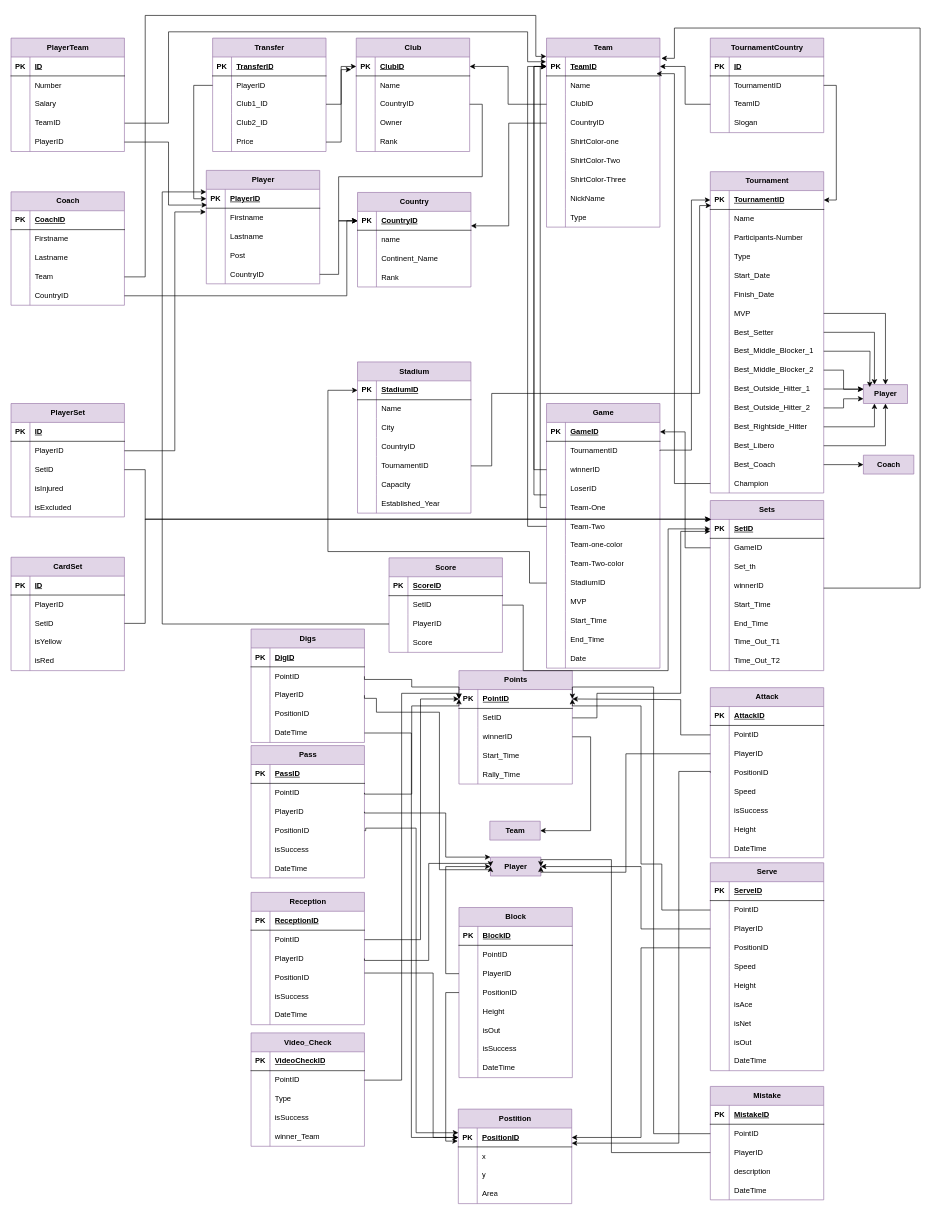
Matinrezaei/Software-Lab keeps this draw.io diagram as page "ER-Diagram" (1 of 2) of DB2_Project_Diagrams.drawio. Above is the earlier version. Source tidied: cells renumbered, new cells numbered last; positions are measured from the earlier drawing's top-left corner, leaving out a move shared by most shapes. Both pictures are drawn from the tidied source at 63%, with x=0, y=0 at pixel (11, 15).
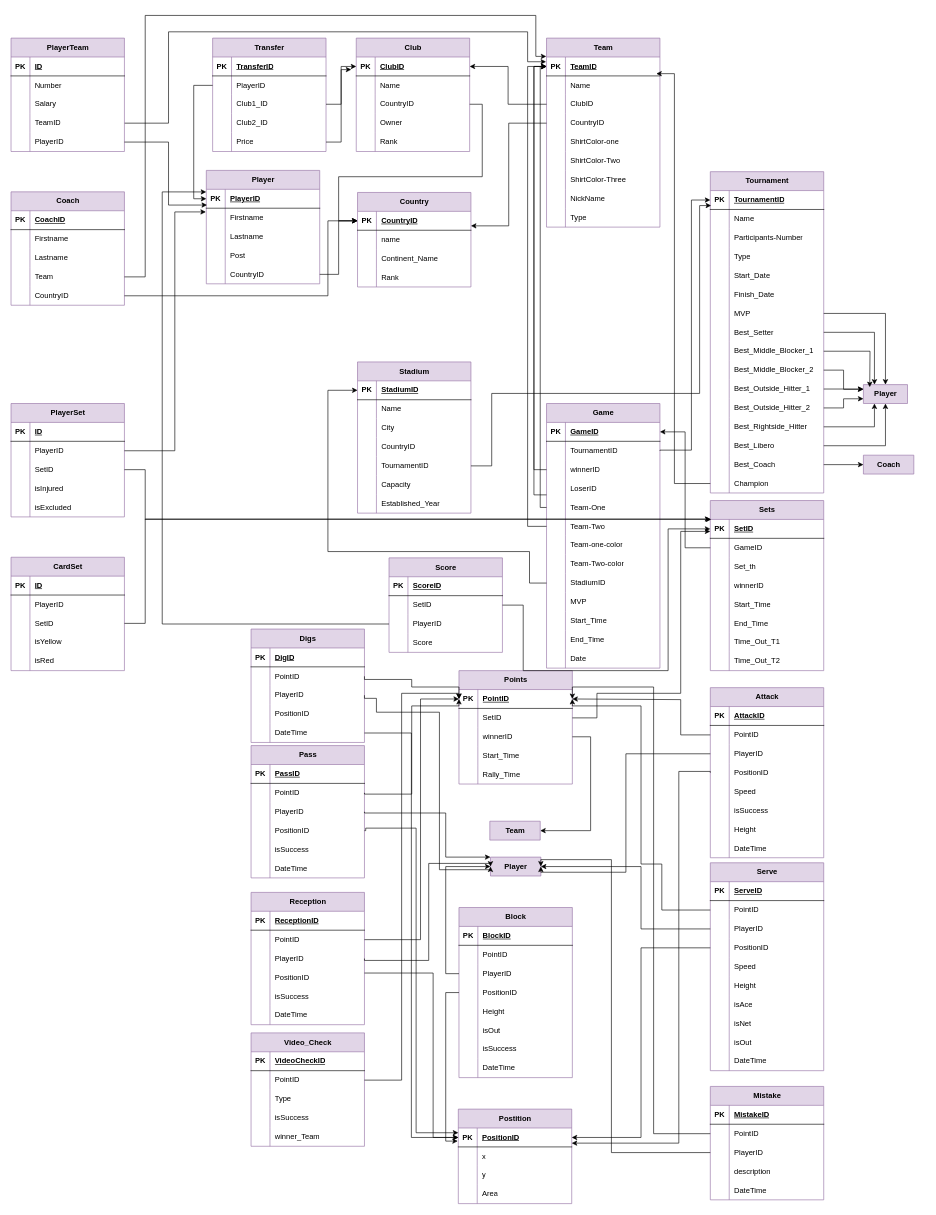
The same diagram, later.

The change refers to these unchanged cells:
```xml
<mxCell id="19" style="shape=tableRow;horizontal=0;startSize=0;swimlaneHead=0;swimlaneBody=0;fillColor=none;points=[[0,0.5],[1,0.5]];portConstraint=eastwest;top=0;left=0;right=0;bottom=1;" parent="18" vertex="1">
  <mxGeometry y="30" width="180" height="30" as="geometry" />
</mxCell>
<mxCell id="32" style="shape=tableRow;horizontal=0;startSize=0;swimlaneHead=0;swimlaneBody=0;fillColor=none;points=[[0,0.5],[1,0.5]];portConstraint=eastwest;top=0;left=0;right=0;bottom=1;" parent="31" vertex="1">
  <mxGeometry y="30" width="180" height="30" as="geometry" />
</mxCell>
<mxCell id="118" style="shape=tableRow;horizontal=0;startSize=0;swimlaneHead=0;swimlaneBody=0;fillColor=none;points=[[0,0.5],[1,0.5]];portConstraint=eastwest;top=0;left=0;right=0;bottom=1;" parent="117" vertex="1">
  <mxGeometry y="30" width="180" height="30" as="geometry" />
</mxCell>
<mxCell id="251" style="shape=tableRow;horizontal=0;startSize=0;swimlaneHead=0;swimlaneBody=0;fillColor=none;points=[[0,0.5],[1,0.5]];portConstraint=eastwest;top=0;left=0;right=0;bottom=0;" parent="241" vertex="1">
  <mxGeometry y="120" width="180" height="30" as="geometry" />
</mxCell>
<mxCell id="540" style="shape=tableRow;horizontal=0;startSize=0;swimlaneHead=0;swimlaneBody=0;fillColor=none;points=[[0,0.5],[1,0.5]];portConstraint=eastwest;top=0;left=0;right=0;bottom=0;" parent="527" vertex="1">
  <mxGeometry y="150" width="180" height="30" as="geometry" />
</mxCell>
```

The edit, as a diff of the source:
```diff
@@
-    <mxCell id="102" value="TournamentCountry" style="shape=table;startSize=30;childLayout=tableLayout;rowLines=0;fontStyle=1;align=center;html=1;fillColor=#e1d5e7;strokeColor=#9673a6;" parent="1" vertex="1">
-      <mxGeometry x="1110" y="36" width="180" height="150" as="geometry" />
-    </mxCell>
-    <mxCell id="103" style="shape=tableRow;horizontal=0;startSize=0;swimlaneHead=0;swimlaneBody=0;fillColor=none;top=0;left=0;right=0;bottom=1;" parent="102" vertex="1">
-      <mxGeometry y="30" width="180" height="30" as="geometry" />
-    </mxCell>
-    <mxCell id="104" value="PK" style="shape=partialRectangle;fillColor=none;top=0;left=0;bottom=0;right=0;fontStyle=1;overflow=hidden;whiteSpace=wrap;html=1;" parent="103" vertex="1">
-      <mxGeometry width="30" height="30" as="geometry" />
-    </mxCell>
-    <mxCell id="105" value="ID" style="shape=partialRectangle;fillColor=none;top=0;left=0;bottom=0;right=0;align=left;spacingLeft=6;fontStyle=5;overflow=hidden;whiteSpace=wrap;html=1;" parent="103" vertex="1">
-      <mxGeometry x="30" width="150" height="30" as="geometry" />
-    </mxCell>
-    <mxCell id="106" style="shape=tableRow;horizontal=0;startSize=0;swimlaneHead=0;swimlaneBody=0;fillColor=none;points=[[0,0.5],[1,0.5]];portConstraint=eastwest;top=0;left=0;right=0;bottom=0;" parent="102" vertex="1">
-      <mxGeometry y="60" width="180" height="30" as="geometry" />
-    </mxCell>
-    <mxCell id="107" style="shape=partialRectangle;fillColor=none;top=0;left=0;bottom=0;right=0;overflow=hidden;whiteSpace=wrap;html=1;" parent="106" vertex="1">
-      <mxGeometry width="30" height="30" as="geometry" />
-    </mxCell>
-    <mxCell id="108" value="TournamentID" style="shape=partialRectangle;fillColor=none;top=0;left=0;bottom=0;right=0;align=left;spacingLeft=6;overflow=hidden;whiteSpace=wrap;html=1;" parent="106" vertex="1">
-      <mxGeometry x="30" width="150" height="30" as="geometry" />
-    </mxCell>
-    <mxCell id="109" style="shape=tableRow;horizontal=0;startSize=0;swimlaneHead=0;swimlaneBody=0;fillColor=none;points=[[0,0.5],[1,0.5]];portConstraint=eastwest;top=0;left=0;right=0;bottom=0;" parent="102" vertex="1">
-      <mxGeometry y="90" width="180" height="30" as="geometry" />
-    </mxCell>
-    <mxCell id="110" style="shape=partialRectangle;fillColor=none;top=0;left=0;bottom=0;right=0;overflow=hidden;whiteSpace=wrap;html=1;" parent="109" vertex="1">
-      <mxGeometry width="30" height="30" as="geometry" />
-    </mxCell>
-    <mxCell id="111" value="TeamID" style="shape=partialRectangle;fillColor=none;top=0;left=0;bottom=0;right=0;align=left;spacingLeft=6;overflow=hidden;whiteSpace=wrap;html=1;" parent="109" vertex="1">
-      <mxGeometry x="30" width="150" height="30" as="geometry" />
-    </mxCell>
-    <mxCell id="112" style="shape=tableRow;horizontal=0;startSize=0;swimlaneHead=0;swimlaneBody=0;fillColor=none;top=0;left=0;right=0;bottom=0;" parent="102" vertex="1">
-      <mxGeometry y="120" width="180" height="30" as="geometry" />
-    </mxCell>
-    <mxCell id="113" style="shape=partialRectangle;fillColor=none;top=0;left=0;bottom=0;right=0;overflow=hidden;whiteSpace=wrap;html=1;" parent="112" vertex="1">
-      <mxGeometry width="30" height="30" as="geometry" />
-    </mxCell>
-    <mxCell id="114" value="Slogan" style="shape=partialRectangle;fillColor=none;top=0;left=0;bottom=0;right=0;align=left;spacingLeft=6;overflow=hidden;whiteSpace=wrap;html=1;" parent="112" vertex="1">
-      <mxGeometry x="30" width="150" height="30" as="geometry" />
-    </mxCell>
@@
-    <mxCell id="116" style="edgeStyle=orthogonalEdgeStyle;rounded=0;jettySize=auto;html=1;" parent="1" edge="1" source="106" target="32">
-      <mxGeometry relative="1" as="geometry">
-        <Array as="points">
-          <mxPoint x="1310" y="111" />
-          <mxPoint x="1310" y="293" />
-        </Array>
-      </mxGeometry>
-    </mxCell>
@@
-    <mxCell id="145" style="edgeStyle=orthogonalEdgeStyle;rounded=0;jettySize=auto;html=1;entryX=1;entryY=0.5;entryDx=0;entryDy=0;" parent="1" edge="1" source="109" target="118">
-      <mxGeometry relative="1" as="geometry" />
-    </mxCell>
@@
-    <mxCell id="524" style="edgeStyle=orthogonalEdgeStyle;rounded=0;jettySize=auto;html=1;entryX=1.013;entryY=0.069;entryDx=0;entryDy=0;entryPerimeter=0;" parent="1" edge="1" source="251" target="118">
-      <mxGeometry relative="1" as="geometry">
-        <Array as="points">
-          <mxPoint x="1443" y="909" />
-          <mxPoint x="1443" y="20" />
-          <mxPoint x="1053" y="20" />
-          <mxPoint x="1053" y="68" />
-        </Array>
-      </mxGeometry>
-    </mxCell>
@@
     <mxCell id="562" style="edgeStyle=orthogonalEdgeStyle;rounded=0;jettySize=auto;html=1;entryX=0;entryY=0.5;entryDx=0;entryDy=0;" parent="1" edge="1" source="540" target="19">
       <mxGeometry relative="1" as="geometry">
         <Array as="points">
-          <mxPoint x="533" y="445" />
-          <mxPoint x="533" y="326" />
+          <mxPoint x="503" y="445" />
+          <mxPoint x="503" y="326" />
         </Array>
       </mxGeometry>
     </mxCell>
```
